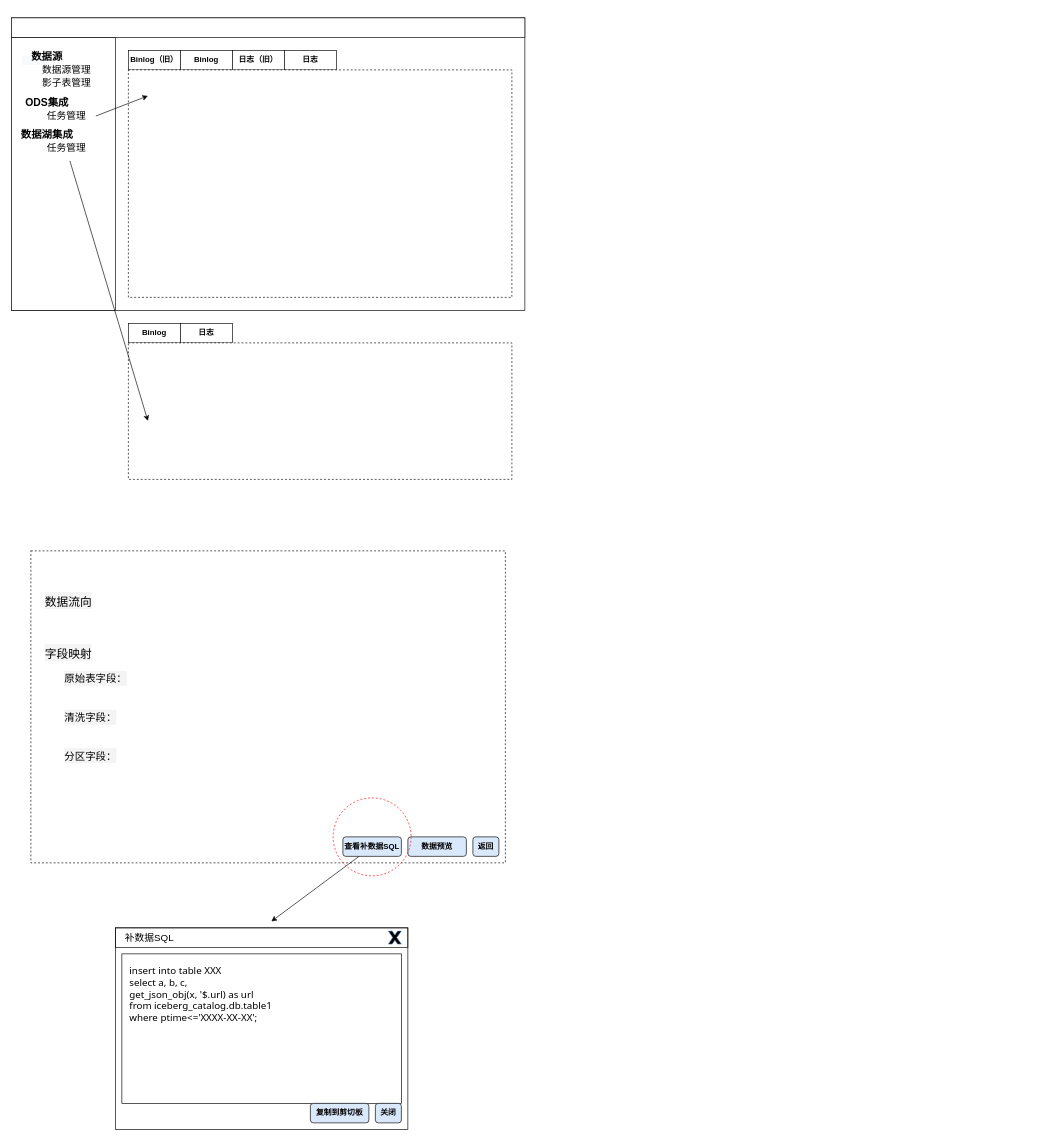
psd562013601/diagrams keeps this draw.io diagram as Untitled Diagram.drawio. Above is the earlier version. Source tidied: cells renumbered, new cells numbered last; positions are measured from the earlier drawing's top-left corner, leaving out a move shared by most shapes. Both pictures are drawn from the tidied source at 65%, with x=0, y=0 at pixel (11, 18).
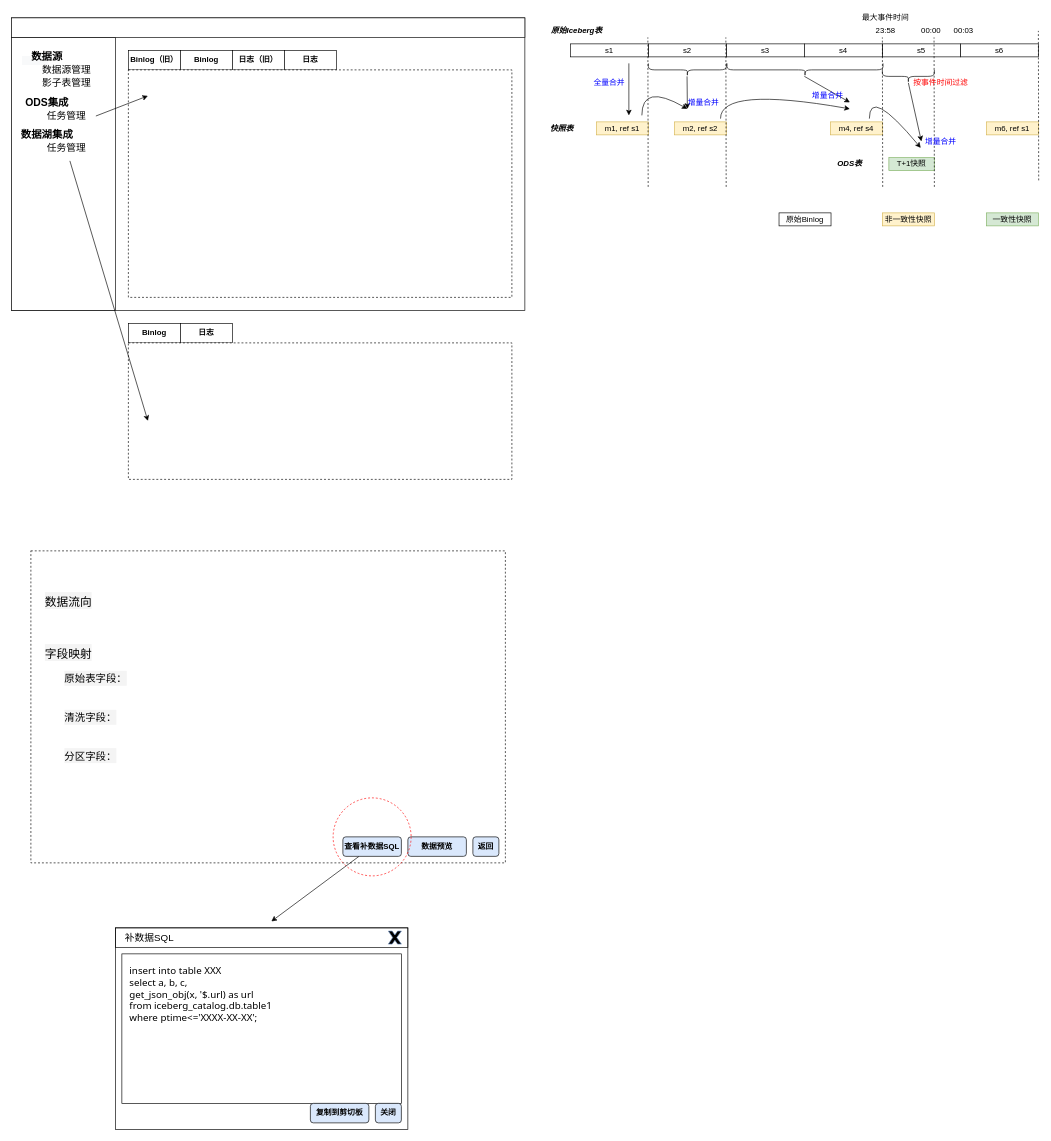
The same page after the edit.

What changed in the source:
```diff
@@
+    <mxCell id="44" value="s6" style="rounded=0;whiteSpace=wrap;html=1;" parent="1" vertex="1">
+      <mxGeometry x="1460" y="40" width="120" height="20" as="geometry" />
+    </mxCell>
+    <mxCell id="45" value="s5" style="rounded=0;whiteSpace=wrap;html=1;" parent="1" vertex="1">
+      <mxGeometry x="1340" y="40" width="120" height="20" as="geometry" />
+    </mxCell>
+    <mxCell id="46" value="s3" style="rounded=0;whiteSpace=wrap;html=1;" parent="1" vertex="1">
+      <mxGeometry x="1100" y="40" width="120" height="20" as="geometry" />
+    </mxCell>
+    <mxCell id="47" value="s2" style="rounded=0;whiteSpace=wrap;html=1;" parent="1" vertex="1">
+      <mxGeometry x="980" y="40" width="120" height="20" as="geometry" />
+    </mxCell>
+    <mxCell id="48" value="s1" style="rounded=0;whiteSpace=wrap;html=1;" parent="1" vertex="1">
+      <mxGeometry x="860" y="40" width="120" height="20" as="geometry" />
+    </mxCell>
+    <mxCell id="49" value="s4" style="rounded=0;whiteSpace=wrap;html=1;" parent="1" vertex="1">
+      <mxGeometry x="1220" y="40" width="120" height="20" as="geometry" />
+    </mxCell>
+    <mxCell id="50" value="T+1快照" style="rounded=0;whiteSpace=wrap;html=1;fillColor=#d5e8d4;strokeColor=#82b366;" parent="1" vertex="1">
+      <mxGeometry x="1350" y="215" width="70" height="20" as="geometry" />
+    </mxCell>
+    <mxCell id="51" value="m2, ref s2" style="rounded=0;whiteSpace=wrap;html=1;fillColor=#fff2cc;strokeColor=#d6b656;" parent="1" vertex="1">
+      <mxGeometry x="1020" y="160" width="80" height="20" as="geometry" />
+    </mxCell>
+    <mxCell id="52" value="m1, ref s1" style="rounded=0;whiteSpace=wrap;html=1;fillColor=#fff2cc;strokeColor=#d6b656;" parent="1" vertex="1">
+      <mxGeometry x="900" y="160" width="80" height="20" as="geometry" />
+    </mxCell>
+    <mxCell id="53" value="原始Iceberg表" style="text;html=1;strokeColor=none;fillColor=none;align=center;verticalAlign=middle;whiteSpace=wrap;rounded=0;fontStyle=3;" parent="1" vertex="1">
+      <mxGeometry x="820" y="10" width="100" height="20" as="geometry" />
+    </mxCell>
+    <mxCell id="54" value="快照表" style="text;html=1;strokeColor=none;fillColor=none;align=center;verticalAlign=middle;whiteSpace=wrap;rounded=0;fontStyle=3;" parent="1" vertex="1">
+      <mxGeometry x="807" y="160" width="80" height="20" as="geometry" />
+    </mxCell>
+    <mxCell id="55" style="endArrow=classic;html=1;" parent="1" edge="1">
+      <mxGeometry relative="1" as="geometry">
+        <mxPoint x="950" y="70" as="sourcePoint" />
+        <mxPoint x="950" y="150" as="targetPoint" />
+      </mxGeometry>
+    </mxCell>
+    <mxCell id="56" value="全量合并" style="text;html=1;strokeColor=none;fillColor=none;align=center;verticalAlign=middle;whiteSpace=wrap;rounded=0;fontColor=#0000FF;" parent="1" vertex="1">
+      <mxGeometry x="890" y="90" width="60" height="20" as="geometry" />
+    </mxCell>
+    <mxCell id="57" style="curved=1;endArrow=classic;html=1;" parent="1" edge="1">
+      <mxGeometry relative="1" as="geometry">
+        <mxPoint x="970" y="150" as="sourcePoint" />
+        <mxPoint x="1040" y="140" as="targetPoint" />
+        <Array as="points">
+          <mxPoint x="970" y="100" />
+        </Array>
+      </mxGeometry>
+    </mxCell>
+    <mxCell id="58" style="endArrow=classic;html=1;" parent="1" edge="1">
+      <mxGeometry relative="1" as="geometry">
+        <mxPoint x="1039.5" y="90" as="sourcePoint" />
+        <mxPoint x="1040" y="140" as="targetPoint" />
+      </mxGeometry>
+    </mxCell>
+    <mxCell id="59" style="shape=curlyBracket;whiteSpace=wrap;html=1;rounded=1;flipH=1;rotation=90;" parent="1" vertex="1">
+      <mxGeometry x="1030" y="20" width="20" height="120" as="geometry" />
+    </mxCell>
+    <mxCell id="60" value="增量合并" style="text;html=1;strokeColor=none;fillColor=none;align=center;verticalAlign=middle;whiteSpace=wrap;rounded=0;fontColor=#0000FF;" parent="1" vertex="1">
+      <mxGeometry x="1040" y="120" width="50" height="20" as="geometry" />
+    </mxCell>
+    <mxCell id="61" value="m4, ref s4" style="rounded=0;whiteSpace=wrap;html=1;fillColor=#fff2cc;strokeColor=#d6b656;" parent="1" vertex="1">
+      <mxGeometry x="1260" y="160" width="80" height="20" as="geometry" />
+    </mxCell>
+    <mxCell id="62" style="curved=1;endArrow=classic;html=1;" parent="1" edge="1">
+      <mxGeometry relative="1" as="geometry">
+        <mxPoint x="1091" y="155" as="sourcePoint" />
+        <mxPoint x="1290" y="140" as="targetPoint" />
+        <Array as="points">
+          <mxPoint x="1091" y="105" />
+        </Array>
+      </mxGeometry>
+    </mxCell>
+    <mxCell id="63" style="endArrow=classic;html=1;" parent="1" edge="1">
+      <mxGeometry relative="1" as="geometry">
+        <mxPoint x="1220" y="90" as="sourcePoint" />
+        <mxPoint x="1290" y="130" as="targetPoint" />
+      </mxGeometry>
+    </mxCell>
+    <mxCell id="64" style="shape=curlyBracket;whiteSpace=wrap;html=1;rounded=1;flipH=1;rotation=90;size=0.5;" parent="1" vertex="1">
+      <mxGeometry x="1211" y="-40" width="20" height="240" as="geometry" />
+    </mxCell>
+    <mxCell id="65" value="增量合并" style="text;html=1;strokeColor=none;fillColor=none;align=center;verticalAlign=middle;whiteSpace=wrap;rounded=0;fontColor=#0000FF;" parent="1" vertex="1">
+      <mxGeometry x="1231" y="110" width="50" height="20" as="geometry" />
+    </mxCell>
+    <mxCell id="66" value="23:58" style="text;html=1;strokeColor=none;fillColor=none;align=center;verticalAlign=middle;whiteSpace=wrap;rounded=0;" parent="1" vertex="1">
+      <mxGeometry x="1320" y="10" width="50" height="20" as="geometry" />
+    </mxCell>
+    <mxCell id="67" value="最大事件时间" style="text;html=1;strokeColor=none;fillColor=none;align=center;verticalAlign=middle;whiteSpace=wrap;rounded=0;" parent="1" vertex="1">
+      <mxGeometry x="1295" y="-10" width="100" height="20" as="geometry" />
+    </mxCell>
+    <mxCell id="68" value="00:03" style="text;html=1;strokeColor=none;fillColor=none;align=center;verticalAlign=middle;whiteSpace=wrap;rounded=0;" parent="1" vertex="1">
+      <mxGeometry x="1440" y="10" width="50" height="20" as="geometry" />
+    </mxCell>
+    <mxCell id="69" style="endArrow=none;dashed=1;html=1;fontColor=#000000;" parent="1" edge="1">
+      <mxGeometry relative="1" as="geometry">
+        <mxPoint x="1420" y="260" as="sourcePoint" />
+        <mxPoint x="1419.5" y="30" as="targetPoint" />
+      </mxGeometry>
+    </mxCell>
+    <mxCell id="70" value="00:00" style="text;html=1;strokeColor=none;fillColor=none;align=center;verticalAlign=middle;whiteSpace=wrap;rounded=0;" parent="1" vertex="1">
+      <mxGeometry x="1390" y="10" width="50" height="20" as="geometry" />
+    </mxCell>
+    <mxCell id="71" style="shape=curlyBracket;whiteSpace=wrap;html=1;rounded=1;flipH=1;rotation=90;" parent="1" vertex="1">
+      <mxGeometry x="1370" y="50" width="20" height="80" as="geometry" />
+    </mxCell>
+    <mxCell id="72" value="按事件时间过滤" style="text;html=1;strokeColor=none;fillColor=none;align=center;verticalAlign=middle;whiteSpace=wrap;rounded=0;fontColor=#FF0000;" parent="1" vertex="1">
+      <mxGeometry x="1380" y="90" width="100" height="20" as="geometry" />
+    </mxCell>
+    <mxCell id="73" style="curved=1;endArrow=classic;html=1;" parent="1" edge="1">
+      <mxGeometry relative="1" as="geometry">
+        <mxPoint x="1320" y="155" as="sourcePoint" />
+        <mxPoint x="1399" y="200" as="targetPoint" />
+        <Array as="points">
+          <mxPoint x="1320" y="105" />
+        </Array>
+      </mxGeometry>
+    </mxCell>
+    <mxCell id="74" style="endArrow=classic;html=1;" parent="1" edge="1">
+      <mxGeometry relative="1" as="geometry">
+        <mxPoint x="1380" y="100" as="sourcePoint" />
+        <mxPoint x="1400" y="190" as="targetPoint" />
+      </mxGeometry>
+    </mxCell>
+    <mxCell id="75" value="增量合并" style="text;html=1;strokeColor=none;fillColor=none;align=center;verticalAlign=middle;whiteSpace=wrap;rounded=0;fontColor=#0000FF;" parent="1" vertex="1">
+      <mxGeometry x="1405" y="180" width="50" height="20" as="geometry" />
+    </mxCell>
+    <mxCell id="76" value="ODS表" style="text;html=1;strokeColor=none;fillColor=none;align=center;verticalAlign=middle;whiteSpace=wrap;rounded=0;fontStyle=3;" parent="1" vertex="1">
+      <mxGeometry x="1250" y="215" width="80" height="20" as="geometry" />
+    </mxCell>
+    <mxCell id="77" style="endArrow=none;dashed=1;html=1;fontColor=#000000;" parent="1" edge="1">
+      <mxGeometry relative="1" as="geometry">
+        <mxPoint x="1340.5" y="260" as="sourcePoint" />
+        <mxPoint x="1340" y="30" as="targetPoint" />
+      </mxGeometry>
+    </mxCell>
+    <mxCell id="78" style="endArrow=none;dashed=1;html=1;fontColor=#000000;" parent="1" edge="1">
+      <mxGeometry relative="1" as="geometry">
+        <mxPoint x="1099.7" y="260" as="sourcePoint" />
+        <mxPoint x="1099.2" y="30" as="targetPoint" />
+      </mxGeometry>
+    </mxCell>
+    <mxCell id="79" style="endArrow=none;dashed=1;html=1;fontColor=#000000;" parent="1" edge="1">
+      <mxGeometry relative="1" as="geometry">
+        <mxPoint x="979.7" y="260" as="sourcePoint" />
+        <mxPoint x="979.2" y="30" as="targetPoint" />
+      </mxGeometry>
+    </mxCell>
+    <mxCell id="80" value="非一致性快照" style="rounded=0;whiteSpace=wrap;html=1;fillColor=#fff2cc;strokeColor=#d6b656;" parent="1" vertex="1">
+      <mxGeometry x="1340" y="300" width="80" height="20" as="geometry" />
+    </mxCell>
+    <mxCell id="81" value="一致性快照" style="rounded=0;whiteSpace=wrap;html=1;fillColor=#d5e8d4;strokeColor=#82b366;" parent="1" vertex="1">
+      <mxGeometry x="1500" y="300" width="80" height="20" as="geometry" />
+    </mxCell>
+    <mxCell id="82" value="原始Binlog" style="rounded=0;whiteSpace=wrap;html=1;" parent="1" vertex="1">
+      <mxGeometry x="1181" y="300" width="80" height="20" as="geometry" />
+    </mxCell>
+    <mxCell id="83" value="m6, ref s1" style="rounded=0;whiteSpace=wrap;html=1;fillColor=#fff2cc;strokeColor=#d6b656;" parent="1" vertex="1">
+      <mxGeometry x="1500" y="160" width="80" height="20" as="geometry" />
+    </mxCell>
+    <mxCell id="84" style="endArrow=none;dashed=1;html=1;fontColor=#000000;" parent="1" edge="1">
+      <mxGeometry relative="1" as="geometry">
+        <mxPoint x="1580.5" y="250" as="sourcePoint" />
+        <mxPoint x="1580" y="20" as="targetPoint" />
+      </mxGeometry>
+    </mxCell>
```
